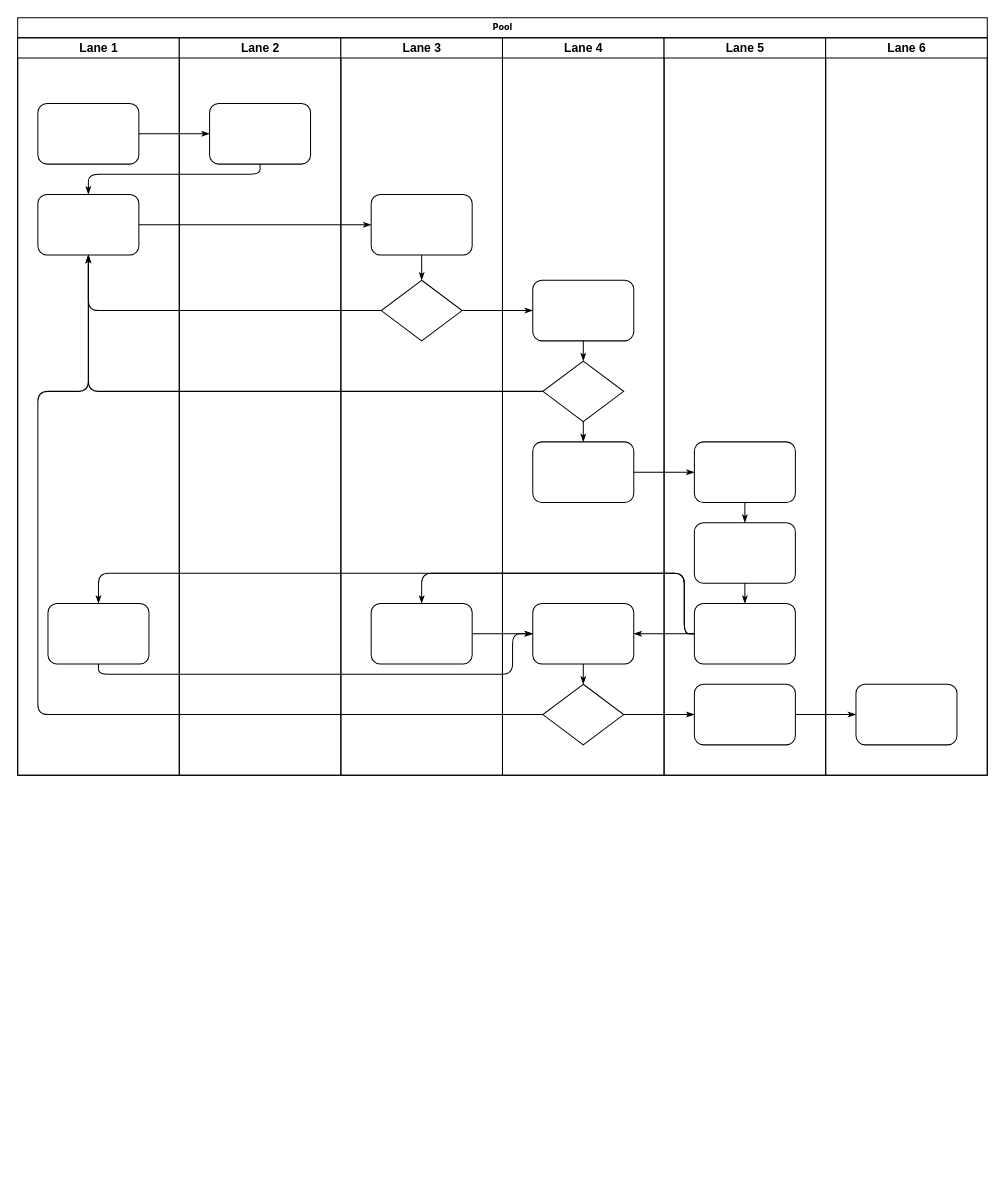
Before: MCN提现系统.drawio in zhanglongxian-gm/Java, a draw.io diagram. Source tidied: cells renumbered, new cells numbered last; positions are measured from the earlier drawing's top-left corner, leaving out a move shared by most shapes. Both pictures are drawn from the tidied source at 101%, with x=0, y=0 at pixel (17, 17).
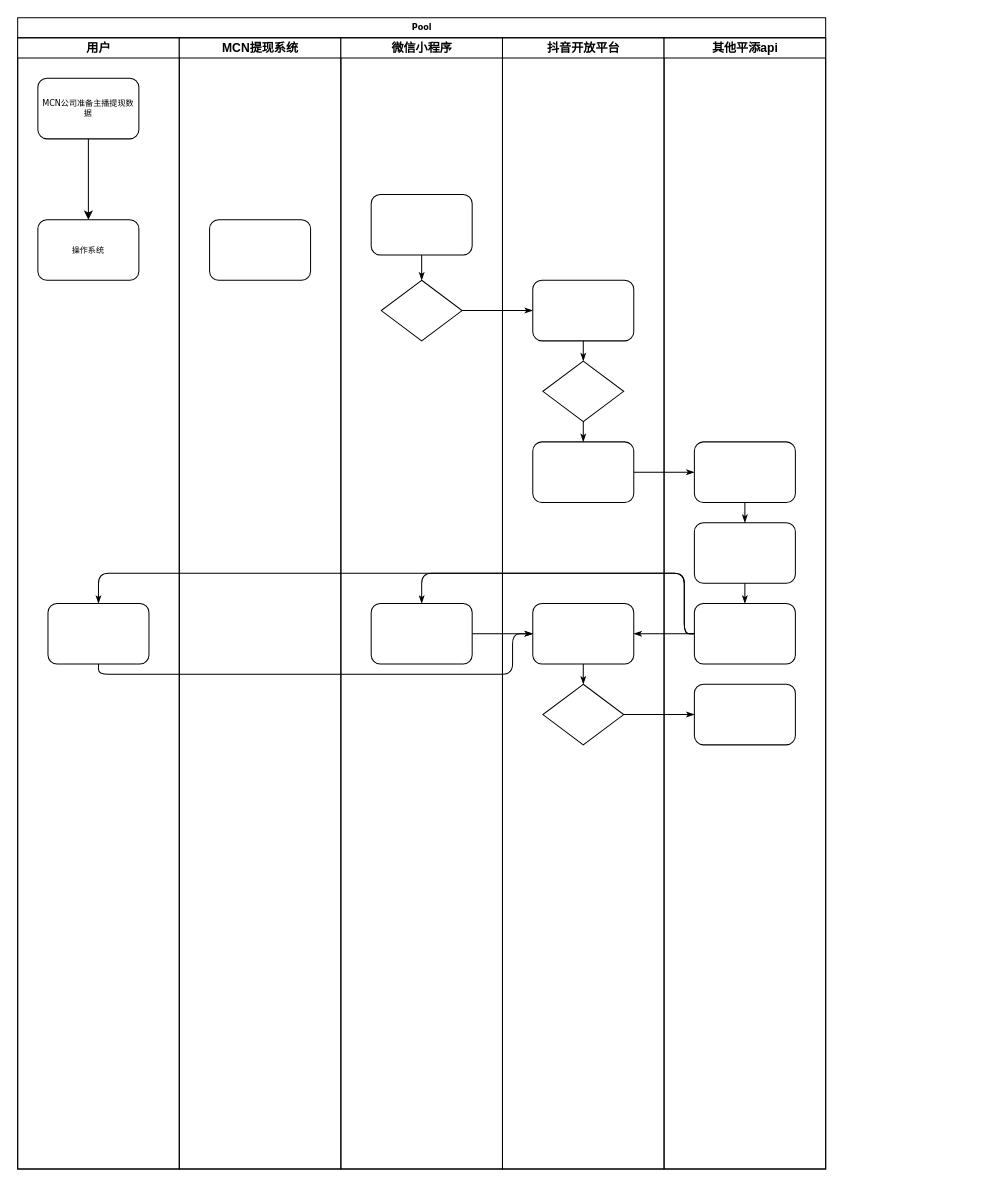
The same page after the edit.

Commit message (it also covers changes not shown here):
更新MCN提现系统.drawio

The change refers to these unchanged cells:
```xml
<mxCell id="25" style="rounded=1;whiteSpace=wrap;html=1;shadow=0;labelBackgroundColor=none;strokeWidth=1;fontFamily=Verdana;fontSize=8;align=center;" parent="24" vertex="1">
  <mxGeometry x="30" y="155" width="100" height="60" as="geometry" />
</mxCell>
<mxCell id="26" style="rhombus;whiteSpace=wrap;html=1;rounded=0;shadow=0;labelBackgroundColor=none;strokeWidth=1;fontFamily=Verdana;fontSize=8;align=center;" parent="24" vertex="1">
  <mxGeometry x="40" y="240" width="80" height="60" as="geometry" />
</mxCell>
<mxCell id="31" style="rhombus;whiteSpace=wrap;html=1;rounded=0;shadow=0;labelBackgroundColor=none;strokeWidth=1;fontFamily=Verdana;fontSize=8;align=center;" parent="29" vertex="1">
  <mxGeometry x="40" y="320" width="80" height="60" as="geometry" />
</mxCell>
<mxCell id="34" style="rhombus;whiteSpace=wrap;html=1;rounded=0;shadow=0;labelBackgroundColor=none;strokeWidth=1;fontFamily=Verdana;fontSize=8;align=center;" parent="29" vertex="1">
  <mxGeometry x="40" y="640" width="80" height="60" as="geometry" />
</mxCell>
<mxCell id="42" style="rounded=1;whiteSpace=wrap;html=1;shadow=0;labelBackgroundColor=none;strokeWidth=1;fontFamily=Verdana;fontSize=8;align=center;" parent="38" vertex="1">
  <mxGeometry x="30" y="640" width="100" height="60" as="geometry" />
</mxCell>
```

Change to the diagram source:
```diff
@@
     <mxCell id="2" value="Pool" style="swimlane;html=1;startSize=20;rounded=0;shadow=0;labelBackgroundColor=none;strokeWidth=1;fontFamily=Verdana;fontSize=8;align=center;" parent="1" vertex="1">
-      <mxGeometry width="960" height="750" as="geometry" />
+      <mxGeometry width="800" height="1140" as="geometry" />
     </mxCell>
-    <mxCell id="3" value="Lane 1" style="swimlane;html=1;startSize=20;" parent="2" vertex="1">
-      <mxGeometry y="20" width="160" height="730" as="geometry" />
+    <mxCell id="3" value="用户" style="swimlane;html=1;startSize=20;" parent="2" vertex="1">
+      <mxGeometry y="20" width="160" height="1120" as="geometry" />
     </mxCell>
+    <mxCell id="47" style="edgeStyle=orthogonalEdgeStyle;rounded=0;jettySize=auto;html=1;" parent="3" edge="1" source="4" target="5">
+      <mxGeometry relative="1" as="geometry" />
+    </mxCell>
-    <mxCell id="4" style="rounded=1;whiteSpace=wrap;html=1;shadow=0;labelBackgroundColor=none;strokeWidth=1;fontFamily=Verdana;fontSize=8;align=center;" parent="3" vertex="1">
-      <mxGeometry x="20" y="65" width="100" height="60" as="geometry" />
+    <mxCell id="4" value="MCN公司准备主播提现数据" style="rounded=1;whiteSpace=wrap;html=1;shadow=0;labelBackgroundColor=none;strokeWidth=1;fontFamily=Verdana;fontSize=8;align=center;" parent="3" vertex="1">
+      <mxGeometry x="20" y="40" width="100" height="60" as="geometry" />
     </mxCell>
-    <mxCell id="5" style="rounded=1;whiteSpace=wrap;html=1;shadow=0;labelBackgroundColor=none;strokeWidth=1;fontFamily=Verdana;fontSize=8;align=center;" parent="3" vertex="1">
-      <mxGeometry x="20" y="155" width="100" height="60" as="geometry" />
+    <mxCell id="5" value="操作系统" style="rounded=1;whiteSpace=wrap;html=1;shadow=0;labelBackgroundColor=none;strokeWidth=1;fontFamily=Verdana;fontSize=8;align=center;" parent="3" vertex="1">
+      <mxGeometry x="20" y="180" width="100" height="60" as="geometry" />
     </mxCell>
@@
-    <mxCell id="7" style="edgeStyle=orthogonalEdgeStyle;rounded=1;html=1;labelBackgroundColor=none;startArrow=none;startFill=0;startSize=5;endArrow=classicThin;endFill=1;endSize=5;jettySize=auto;strokeWidth=1;fontFamily=Verdana;fontSize=8;" parent="2" edge="1" source="4" target="23">
-      <mxGeometry relative="1" as="geometry" />
-    </mxCell>
-    <mxCell id="8" style="edgeStyle=orthogonalEdgeStyle;rounded=1;html=1;labelBackgroundColor=none;startArrow=none;startFill=0;startSize=5;endArrow=classicThin;endFill=1;endSize=5;jettySize=auto;strokeWidth=1;fontFamily=Verdana;fontSize=8;" parent="2" edge="1" source="23" target="5">
-      <mxGeometry relative="1" as="geometry">
-        <Array as="points">
-          <mxPoint x="240" y="155" />
-          <mxPoint x="70" y="155" />
-        </Array>
-      </mxGeometry>
-    </mxCell>
-    <mxCell id="9" style="edgeStyle=orthogonalEdgeStyle;rounded=1;html=1;labelBackgroundColor=none;startArrow=none;startFill=0;startSize=5;endArrow=classicThin;endFill=1;endSize=5;jettySize=auto;strokeWidth=1;fontFamily=Verdana;fontSize=8;" parent="2" edge="1" source="5" target="25">
-      <mxGeometry relative="1" as="geometry" />
-    </mxCell>
-    <mxCell id="10" style="edgeStyle=orthogonalEdgeStyle;rounded=1;html=1;labelBackgroundColor=none;startArrow=none;startFill=0;startSize=5;endArrow=classicThin;endFill=1;endSize=5;jettySize=auto;strokeWidth=1;fontFamily=Verdana;fontSize=8;" parent="2" edge="1" source="26" target="5">
-      <mxGeometry relative="1" as="geometry" />
-    </mxCell>
-    <mxCell id="11" style="edgeStyle=orthogonalEdgeStyle;rounded=1;html=1;labelBackgroundColor=none;startArrow=none;startFill=0;startSize=5;endArrow=classicThin;endFill=1;endSize=5;jettySize=auto;strokeWidth=1;fontFamily=Verdana;fontSize=8;" parent="2" edge="1" source="31" target="5">
-      <mxGeometry relative="1" as="geometry" />
-    </mxCell>
-    <mxCell id="12" style="edgeStyle=orthogonalEdgeStyle;rounded=1;html=1;labelBackgroundColor=none;startArrow=none;startFill=0;startSize=5;endArrow=classicThin;endFill=1;endSize=5;jettySize=auto;strokeWidth=1;fontFamily=Verdana;fontSize=8;" parent="2" edge="1" source="34" target="5">
-      <mxGeometry relative="1" as="geometry">
-        <Array as="points">
-          <mxPoint x="20" y="690" />
-          <mxPoint x="20" y="370" />
-          <mxPoint x="70" y="370" />
-        </Array>
-      </mxGeometry>
-    </mxCell>
@@
-    <mxCell id="15" style="edgeStyle=orthogonalEdgeStyle;rounded=1;html=1;labelBackgroundColor=none;startArrow=none;startFill=0;startSize=5;endArrow=classicThin;endFill=1;endSize=5;jettySize=auto;strokeWidth=1;fontFamily=Verdana;fontSize=8;" parent="2" edge="1" source="42" target="46">
-      <mxGeometry relative="1" as="geometry" />
-    </mxCell>
@@
-    <mxCell id="22" value="Lane 2" style="swimlane;html=1;startSize=20;" parent="2" vertex="1">
-      <mxGeometry x="160" y="20" width="160" height="730" as="geometry" />
+    <mxCell id="22" value="MCN提现系统" style="swimlane;html=1;startSize=20;" parent="2" vertex="1">
+      <mxGeometry x="160" y="20" width="160" height="1120" as="geometry" />
     </mxCell>
     <mxCell id="23" style="rounded=1;whiteSpace=wrap;html=1;shadow=0;labelBackgroundColor=none;strokeWidth=1;fontFamily=Verdana;fontSize=8;align=center;" parent="22" vertex="1">
-      <mxGeometry x="30" y="65" width="100" height="60" as="geometry" />
+      <mxGeometry x="30" y="180" width="100" height="60" as="geometry" />
     </mxCell>
-    <mxCell id="24" value="Lane 3" style="swimlane;html=1;startSize=20;" parent="2" vertex="1">
-      <mxGeometry x="320" y="20" width="160" height="730" as="geometry" />
+    <mxCell id="24" value="微信小程序" style="swimlane;html=1;startSize=20;" parent="2" vertex="1">
+      <mxGeometry x="320" y="20" width="160" height="1120" as="geometry" />
     </mxCell>
@@
-    <mxCell id="29" value="Lane 4" style="swimlane;html=1;startSize=20;" parent="2" vertex="1">
-      <mxGeometry x="480" y="20" width="160" height="730" as="geometry" />
+    <mxCell id="29" value="抖音开放平台" style="swimlane;html=1;startSize=20;" parent="2" vertex="1">
+      <mxGeometry x="480" y="20" width="160" height="1120" as="geometry" />
     </mxCell>
@@
-    <mxCell id="38" value="Lane 5" style="swimlane;html=1;startSize=20;" parent="2" vertex="1">
-      <mxGeometry x="640" y="20" width="160" height="730" as="geometry" />
+    <mxCell id="38" value="其他平添api" style="swimlane;html=1;startSize=20;" parent="2" vertex="1">
+      <mxGeometry x="640" y="20" width="160" height="1120" as="geometry" />
     </mxCell>
@@
-    <mxCell id="45" value="Lane 6" style="swimlane;html=1;startSize=20;" parent="2" vertex="1">
-      <mxGeometry x="800" y="20" width="160" height="730" as="geometry" />
-    </mxCell>
-    <mxCell id="46" style="rounded=1;whiteSpace=wrap;html=1;shadow=0;labelBackgroundColor=none;strokeWidth=1;fontFamily=Verdana;fontSize=8;align=center;" parent="45" vertex="1">
-      <mxGeometry x="30" y="640" width="100" height="60" as="geometry" />
-    </mxCell>
```
